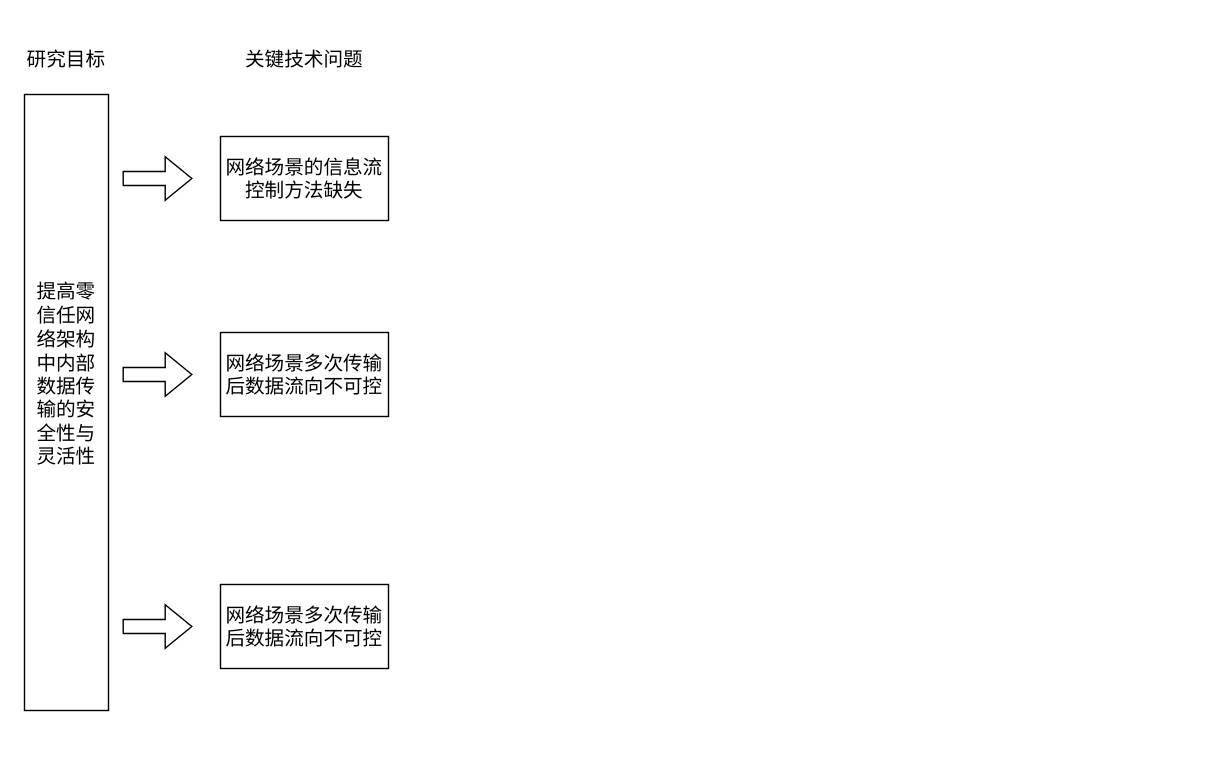
Above: 研究内容框架.drawio in ZhuShouCheng/notebook (draw.io), before the change. Source tidied: cells renumbered, new cells numbered last; positions are measured from the earlier drawing's top-left corner, leaving out a move shared by most shapes. Both pictures are drawn from the tidied source at 140%, with x=0, y=0 at pixel (24, 38).
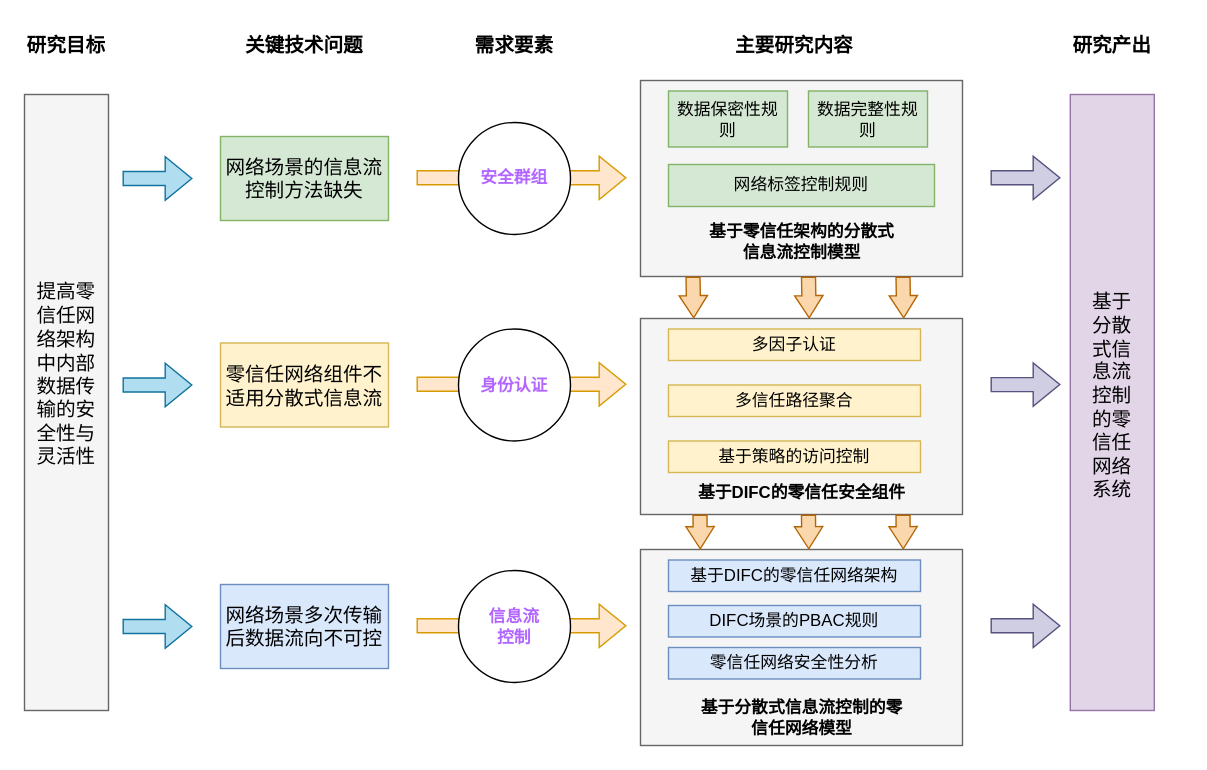
Above is the later version.

Commit message:
更新研究内容框架.drawio

The edit, as a diff of the source:
```diff
@@
-    <mxCell id="2" style="rounded=0;whiteSpace=wrap;html=1;" parent="1" vertex="1">
+    <mxCell id="2" style="rounded=0;whiteSpace=wrap;html=1;fillColor=#f5f5f5;strokeColor=#666666;fontColor=#333333;" parent="1" vertex="1">
       <mxGeometry y="40" width="60" height="440" as="geometry" />
     </mxCell>
@@
-    <mxCell id="4" value="&lt;font style=&quot;font-size: 14px;&quot;&gt;研究目标&lt;/font&gt;" style="text;html=1;strokeColor=none;fillColor=none;align=center;verticalAlign=middle;whiteSpace=wrap;rounded=0;" parent="1" vertex="1">
-      <mxGeometry width="60" height="30" as="geometry" />
+    <mxCell id="4" value="&lt;font style=&quot;font-size: 14px;&quot;&gt;&lt;b&gt;研究目标&lt;/b&gt;&lt;/font&gt;" style="text;html=1;strokeColor=none;fillColor=none;align=center;verticalAlign=middle;whiteSpace=wrap;rounded=0;" parent="1" vertex="1">
+      <mxGeometry y="-10" width="60" height="30" as="geometry" />
     </mxCell>
-    <mxCell id="5" style="shape=flexArrow;endArrow=classic;html=1;rounded=0;" parent="1" edge="1">
+    <mxCell id="5" style="shape=flexArrow;endArrow=classic;html=1;rounded=0;fillColor=#b1ddf0;strokeColor=#10739e;" parent="1" edge="1">
       <mxGeometry relative="1" as="geometry">
         <mxPoint x="70" y="100" as="sourcePoint" />
         <mxPoint x="120" y="100" as="targetPoint" />
       </mxGeometry>
     </mxCell>
-    <mxCell id="6" value="&lt;font style=&quot;font-size: 14px;&quot;&gt;网络场景的信息流控制方法缺失&lt;/font&gt;" style="rounded=0;whiteSpace=wrap;html=1;" parent="1" vertex="1">
+    <mxCell id="6" value="&lt;font style=&quot;font-size: 14px;&quot;&gt;网络场景的信息流控制方法缺失&lt;/font&gt;" style="rounded=0;whiteSpace=wrap;html=1;fillColor=#d5e8d4;strokeColor=#82b366;" parent="1" vertex="1">
       <mxGeometry x="140" y="70" width="120" height="60" as="geometry" />
     </mxCell>
-    <mxCell id="7" value="&lt;font style=&quot;font-size: 14px;&quot;&gt;关键技术问题&lt;/font&gt;" style="text;html=1;strokeColor=none;fillColor=none;align=center;verticalAlign=middle;whiteSpace=wrap;rounded=0;" parent="1" vertex="1">
-      <mxGeometry x="150" width="100" height="30" as="geometry" />
+    <mxCell id="7" value="&lt;font style=&quot;font-size: 14px;&quot;&gt;&lt;b&gt;关键技术问题&lt;/b&gt;&lt;/font&gt;" style="text;html=1;strokeColor=none;fillColor=none;align=center;verticalAlign=middle;whiteSpace=wrap;rounded=0;" parent="1" vertex="1">
+      <mxGeometry x="150" y="-10" width="100" height="30" as="geometry" />
     </mxCell>
-    <mxCell id="8" style="shape=flexArrow;endArrow=classic;html=1;rounded=0;" parent="1" edge="1">
+    <mxCell id="8" style="shape=flexArrow;endArrow=classic;html=1;rounded=0;fillColor=#b1ddf0;strokeColor=#10739e;" parent="1" edge="1">
       <mxGeometry relative="1" as="geometry">
-        <mxPoint x="70" y="240" as="sourcePoint" />
-        <mxPoint x="120" y="240" as="targetPoint" />
+        <mxPoint x="70" y="247.5" as="sourcePoint" />
+        <mxPoint x="120" y="247.5" as="targetPoint" />
       </mxGeometry>
     </mxCell>
-    <mxCell id="9" value="&lt;font style=&quot;font-size: 14px;&quot;&gt;网络场景多次传输后数据流向不可控&lt;/font&gt;" style="rounded=0;whiteSpace=wrap;html=1;" parent="1" vertex="1">
-      <mxGeometry x="140" y="210" width="120" height="60" as="geometry" />
+    <mxCell id="9" value="&lt;span style=&quot;font-size: 14px;&quot;&gt;零信任网络组件不适用分散式信息流&lt;/span&gt;" style="rounded=0;whiteSpace=wrap;html=1;fillColor=#fff2cc;strokeColor=#d6b656;" parent="1" vertex="1">
+      <mxGeometry x="140" y="217.5" width="120" height="60" as="geometry" />
     </mxCell>
-    <mxCell id="10" style="shape=flexArrow;endArrow=classic;html=1;rounded=0;" parent="1" edge="1">
+    <mxCell id="10" style="shape=flexArrow;endArrow=classic;html=1;rounded=0;fillColor=#b1ddf0;strokeColor=#10739e;" parent="1" edge="1">
       <mxGeometry relative="1" as="geometry">
         <mxPoint x="70" y="420" as="sourcePoint" />
         <mxPoint x="120" y="420" as="targetPoint" />
       </mxGeometry>
     </mxCell>
-    <mxCell id="11" value="&lt;font style=&quot;font-size: 14px;&quot;&gt;网络场景多次传输后数据流向不可控&lt;/font&gt;" style="rounded=0;whiteSpace=wrap;html=1;" parent="1" vertex="1">
+    <mxCell id="11" value="&lt;font style=&quot;font-size: 14px;&quot;&gt;网络场景多次传输后数据流向不可控&lt;/font&gt;" style="rounded=0;whiteSpace=wrap;html=1;fillColor=#dae8fc;strokeColor=#6c8ebf;" parent="1" vertex="1">
       <mxGeometry x="140" y="390" width="120" height="60" as="geometry" />
     </mxCell>
+    <mxCell id="12" style="shape=flexArrow;endArrow=classic;html=1;rounded=0;fillColor=#ffe6cc;strokeColor=#d79b00;" parent="1" edge="1">
+      <mxGeometry relative="1" as="geometry">
+        <mxPoint x="280" y="99.5" as="sourcePoint" />
+        <mxPoint x="430" y="99.5" as="targetPoint" />
+      </mxGeometry>
+    </mxCell>
+    <mxCell id="13" value="&lt;font color=&quot;#b266ff&quot;&gt;&lt;b&gt;安全群组&lt;/b&gt;&lt;/font&gt;" style="ellipse;whiteSpace=wrap;html=1;" parent="1" vertex="1">
+      <mxGeometry x="310" y="60" width="80" height="80" as="geometry" />
+    </mxCell>
+    <mxCell id="14" style="shape=flexArrow;endArrow=classic;html=1;rounded=0;fillColor=#ffe6cc;strokeColor=#d79b00;" parent="1" edge="1">
+      <mxGeometry relative="1" as="geometry">
+        <mxPoint x="280" y="247" as="sourcePoint" />
+        <mxPoint x="430" y="247" as="targetPoint" />
+      </mxGeometry>
+    </mxCell>
+    <mxCell id="15" value="&lt;font color=&quot;#b266ff&quot;&gt;&lt;b&gt;身份认证&lt;/b&gt;&lt;/font&gt;" style="ellipse;whiteSpace=wrap;html=1;" parent="1" vertex="1">
+      <mxGeometry x="310" y="207.5" width="80" height="80" as="geometry" />
+    </mxCell>
+    <mxCell id="16" style="shape=flexArrow;endArrow=classic;html=1;rounded=0;fillColor=#ffe6cc;strokeColor=#d79b00;" parent="1" edge="1">
+      <mxGeometry relative="1" as="geometry">
+        <mxPoint x="280" y="419.5" as="sourcePoint" />
+        <mxPoint x="430" y="419.5" as="targetPoint" />
+      </mxGeometry>
+    </mxCell>
+    <mxCell id="17" value="&lt;font color=&quot;#b266ff&quot;&gt;&lt;b&gt;信息流&lt;br&gt;控制&lt;/b&gt;&lt;/font&gt;" style="ellipse;whiteSpace=wrap;html=1;" parent="1" vertex="1">
+      <mxGeometry x="310" y="380" width="80" height="80" as="geometry" />
+    </mxCell>
+    <mxCell id="18" value="&lt;font style=&quot;font-size: 14px;&quot;&gt;&lt;b&gt;需求要素&lt;/b&gt;&lt;/font&gt;" style="text;html=1;strokeColor=none;fillColor=none;align=center;verticalAlign=middle;whiteSpace=wrap;rounded=0;" parent="1" vertex="1">
+      <mxGeometry x="300" y="-10" width="100" height="30" as="geometry" />
+    </mxCell>
+    <mxCell id="19" style="rounded=0;whiteSpace=wrap;html=1;fillColor=#f5f5f5;fontColor=#333333;strokeColor=#666666;" parent="1" vertex="1">
+      <mxGeometry x="440" y="30" width="230" height="140" as="geometry" />
+    </mxCell>
+    <mxCell id="20" value="&lt;b&gt;基于零信任架构的分散式信息流控制模型&lt;/b&gt;" style="text;html=1;strokeColor=none;fillColor=none;align=center;verticalAlign=middle;whiteSpace=wrap;rounded=0;" parent="1" vertex="1">
+      <mxGeometry x="482.5" y="130" width="145" height="30" as="geometry" />
+    </mxCell>
+    <mxCell id="21" value="数据保密性规则" style="rounded=0;whiteSpace=wrap;html=1;fillColor=#d5e8d4;strokeColor=#82b366;" parent="1" vertex="1">
+      <mxGeometry x="460" y="37.5" width="85" height="40" as="geometry" />
+    </mxCell>
+    <mxCell id="22" value="网络标签控制规则" style="rounded=0;whiteSpace=wrap;html=1;fillColor=#d5e8d4;strokeColor=#82b366;" parent="1" vertex="1">
+      <mxGeometry x="460" y="90" width="190" height="30" as="geometry" />
+    </mxCell>
+    <mxCell id="23" value="数据完整性规则" style="rounded=0;whiteSpace=wrap;html=1;fillColor=#d5e8d4;strokeColor=#82b366;" parent="1" vertex="1">
+      <mxGeometry x="560" y="37.5" width="85" height="40" as="geometry" />
+    </mxCell>
+    <mxCell id="24" style="rounded=0;whiteSpace=wrap;html=1;fillColor=#f5f5f5;fontColor=#333333;strokeColor=#666666;" parent="1" vertex="1">
+      <mxGeometry x="440" y="200" width="230" height="140" as="geometry" />
+    </mxCell>
+    <mxCell id="25" value="&lt;b&gt;基于DIFC的零信任安全组件&lt;/b&gt;" style="text;html=1;strokeColor=none;fillColor=none;align=center;verticalAlign=middle;whiteSpace=wrap;rounded=0;" parent="1" vertex="1">
+      <mxGeometry x="477.5" y="310" width="155" height="30" as="geometry" />
+    </mxCell>
+    <mxCell id="26" value="多因子认证" style="rounded=0;whiteSpace=wrap;html=1;fillColor=#fff2cc;strokeColor=#d6b656;" parent="1" vertex="1">
+      <mxGeometry x="460" y="207.5" width="180" height="22.5" as="geometry" />
+    </mxCell>
+    <mxCell id="27" value="多信任路径聚合" style="rounded=0;whiteSpace=wrap;html=1;fillColor=#fff2cc;strokeColor=#d6b656;" parent="1" vertex="1">
+      <mxGeometry x="460" y="247.5" width="180" height="22.5" as="geometry" />
+    </mxCell>
+    <mxCell id="28" value="基于策略的访问控制" style="rounded=0;whiteSpace=wrap;html=1;fillColor=#fff2cc;strokeColor=#d6b656;" parent="1" vertex="1">
+      <mxGeometry x="460" y="287.5" width="180" height="22.5" as="geometry" />
+    </mxCell>
+    <mxCell id="29" style="rounded=0;whiteSpace=wrap;html=1;fillColor=#f5f5f5;fontColor=#333333;strokeColor=#666666;" parent="1" vertex="1">
+      <mxGeometry x="440" y="365" width="230" height="140" as="geometry" />
+    </mxCell>
+    <mxCell id="30" value="&lt;b&gt;基于分散式信息流控制的零信任网络模型&lt;/b&gt;" style="text;html=1;strokeColor=none;fillColor=none;align=center;verticalAlign=middle;whiteSpace=wrap;rounded=0;" parent="1" vertex="1">
+      <mxGeometry x="477.5" y="470" width="155" height="30" as="geometry" />
+    </mxCell>
+    <mxCell id="31" value="基于DIFC的零信任网络架构" style="rounded=0;whiteSpace=wrap;html=1;fillColor=#dae8fc;strokeColor=#6c8ebf;" parent="1" vertex="1">
+      <mxGeometry x="460" y="372.5" width="180" height="22.5" as="geometry" />
+    </mxCell>
+    <mxCell id="32" value="DIFC场景的PBAC规则" style="rounded=0;whiteSpace=wrap;html=1;fillColor=#dae8fc;strokeColor=#6c8ebf;" parent="1" vertex="1">
+      <mxGeometry x="460" y="405" width="180" height="22.5" as="geometry" />
+    </mxCell>
+    <mxCell id="33" value="零信任网络安全性分析" style="rounded=0;whiteSpace=wrap;html=1;fillColor=#dae8fc;strokeColor=#6c8ebf;" parent="1" vertex="1">
+      <mxGeometry x="460" y="435" width="180" height="22.5" as="geometry" />
+    </mxCell>
+    <mxCell id="34" style="rounded=0;whiteSpace=wrap;html=1;fillColor=#e1d5e7;strokeColor=#9673a6;" parent="1" vertex="1">
+      <mxGeometry x="747" y="40" width="60" height="440" as="geometry" />
+    </mxCell>
+    <mxCell id="35" value="&lt;font style=&quot;font-size: 14px;&quot;&gt;基于分散式信息流控制的零信任网络系统&lt;/font&gt;" style="text;html=1;strokeColor=none;fillColor=none;align=center;verticalAlign=middle;whiteSpace=wrap;rounded=0;" parent="1" vertex="1">
+      <mxGeometry x="759" y="160" width="36" height="190" as="geometry" />
+    </mxCell>
+    <mxCell id="36" value="&lt;span style=&quot;font-size: 14px;&quot;&gt;&lt;b&gt;主要研究内容&lt;/b&gt;&lt;/span&gt;" style="text;html=1;strokeColor=none;fillColor=none;align=center;verticalAlign=middle;whiteSpace=wrap;rounded=0;" parent="1" vertex="1">
+      <mxGeometry x="500" y="-10" width="100" height="30" as="geometry" />
+    </mxCell>
+    <mxCell id="37" value="&lt;span style=&quot;font-size: 14px;&quot;&gt;&lt;b&gt;研究产出&lt;/b&gt;&lt;/span&gt;" style="text;html=1;strokeColor=none;fillColor=none;align=center;verticalAlign=middle;whiteSpace=wrap;rounded=0;" parent="1" vertex="1">
+      <mxGeometry x="727" y="-10" width="100" height="30" as="geometry" />
+    </mxCell>
+    <mxCell id="38" style="shape=flexArrow;endArrow=classic;html=1;rounded=0;fillColor=#d0cee2;strokeColor=#56517e;" parent="1" edge="1">
+      <mxGeometry relative="1" as="geometry">
+        <mxPoint x="690" y="99.5" as="sourcePoint" />
+        <mxPoint x="740" y="99.5" as="targetPoint" />
+      </mxGeometry>
+    </mxCell>
+    <mxCell id="39" style="shape=flexArrow;endArrow=classic;html=1;rounded=0;fillColor=#d0cee2;strokeColor=#56517e;" parent="1" edge="1">
+      <mxGeometry relative="1" as="geometry">
+        <mxPoint x="690" y="247.2" as="sourcePoint" />
+        <mxPoint x="740" y="247.2" as="targetPoint" />
+      </mxGeometry>
+    </mxCell>
+    <mxCell id="40" style="shape=flexArrow;endArrow=classic;html=1;rounded=0;fillColor=#d0cee2;strokeColor=#56517e;" parent="1" edge="1">
+      <mxGeometry relative="1" as="geometry">
+        <mxPoint x="690" y="419.5" as="sourcePoint" />
+        <mxPoint x="740" y="419.5" as="targetPoint" />
+      </mxGeometry>
+    </mxCell>
+    <mxCell id="41" style="shape=flexArrow;endArrow=classic;html=1;rounded=0;endWidth=9.2;endSize=4.932;fillColor=#fad7ac;strokeColor=#b46504;" parent="1" edge="1">
+      <mxGeometry relative="1" as="geometry">
+        <mxPoint x="482.5" y="340" as="sourcePoint" />
+        <mxPoint x="482.7" y="365" as="targetPoint" />
+      </mxGeometry>
+    </mxCell>
+    <mxCell id="42" style="shape=flexArrow;endArrow=classic;html=1;rounded=0;endWidth=9.2;endSize=4.932;fillColor=#fad7ac;strokeColor=#b46504;" parent="1" edge="1">
+      <mxGeometry relative="1" as="geometry">
+        <mxPoint x="560" y="340" as="sourcePoint" />
+        <mxPoint x="560.2" y="365" as="targetPoint" />
+      </mxGeometry>
+    </mxCell>
+    <mxCell id="43" style="shape=flexArrow;endArrow=classic;html=1;rounded=0;endWidth=9.2;endSize=4.932;fillColor=#fad7ac;strokeColor=#b46504;" parent="1" edge="1">
+      <mxGeometry relative="1" as="geometry">
+        <mxPoint x="627.5" y="340" as="sourcePoint" />
+        <mxPoint x="627.7" y="365" as="targetPoint" />
+      </mxGeometry>
+    </mxCell>
+    <mxCell id="44" style="shape=flexArrow;endArrow=classic;html=1;rounded=0;endWidth=9.2;endSize=4.932;fillColor=#fad7ac;strokeColor=#b46504;" parent="1" edge="1">
+      <mxGeometry relative="1" as="geometry">
+        <mxPoint x="477.5" y="170" as="sourcePoint" />
+        <mxPoint x="478" y="200" as="targetPoint" />
+      </mxGeometry>
+    </mxCell>
+    <mxCell id="45" style="shape=flexArrow;endArrow=classic;html=1;rounded=0;endWidth=9.2;endSize=4.932;fillColor=#fad7ac;strokeColor=#b46504;" parent="1" edge="1">
+      <mxGeometry relative="1" as="geometry">
+        <mxPoint x="560" y="170" as="sourcePoint" />
+        <mxPoint x="560.5" y="200" as="targetPoint" />
+      </mxGeometry>
+    </mxCell>
+    <mxCell id="46" style="shape=flexArrow;endArrow=classic;html=1;rounded=0;endWidth=9.2;endSize=4.932;fillColor=#fad7ac;strokeColor=#b46504;" parent="1" edge="1">
+      <mxGeometry relative="1" as="geometry">
+        <mxPoint x="627.5" y="170" as="sourcePoint" />
+        <mxPoint x="628" y="200" as="targetPoint" />
+      </mxGeometry>
+    </mxCell>
```
